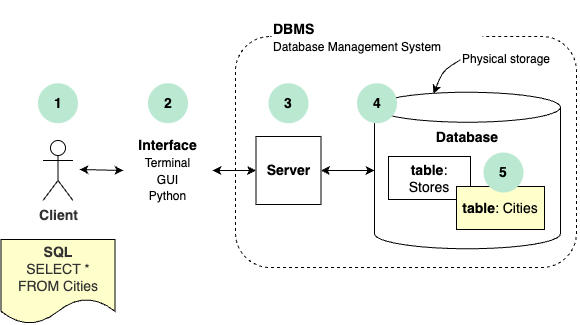
pyville-dotcom/datasets keeps this draw.io diagram as co1/sql-server-client.drawio.png. Above is the earlier version. Source tidied: cells renumbered, new cells last; positions are measured from the earlier drawing's top-left corner, leaving out a move shared by most shapes.
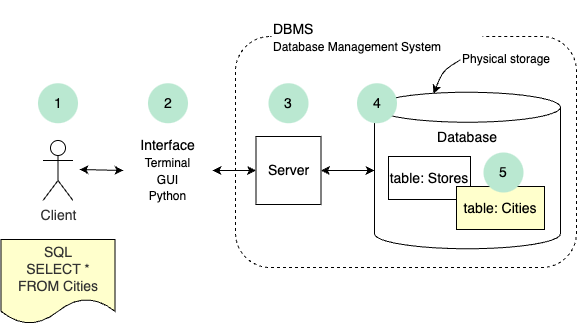
The same diagram one commit later.

Change to the diagram source:
```diff
@@ -5,33 +5,33 @@
     <mxCell id="2" style="rounded=1;whiteSpace=wrap;html=1;fillColor=none;dashed=1;fontStyle=0;fontSize=14;" parent="1" vertex="1">
       <mxGeometry x="234" y="36" width="341" height="231" as="geometry" />
     </mxCell>
-    <mxCell id="3" value="&lt;b style=&quot;font-size: 14px;&quot;&gt;DBMS&lt;/b&gt;&lt;br style=&quot;font-size: 14px;&quot;&gt;&lt;font style=&quot;font-size: 12px;&quot;&gt;Database Management System&lt;/font&gt;" style="text;html=1;strokeColor=none;fillColor=default;align=left;verticalAlign=middle;whiteSpace=wrap;rounded=0;dashed=1;fontSize=14;" parent="1" vertex="1">
+    <mxCell id="3" value="&lt;span style=&quot;font-size: 14px;&quot;&gt;DBMS&lt;/span&gt;&lt;br style=&quot;font-size: 14px;&quot;&gt;&lt;font style=&quot;font-size: 12px;&quot;&gt;Database Management System&lt;/font&gt;" style="text;html=1;strokeColor=none;fillColor=default;align=left;verticalAlign=middle;whiteSpace=wrap;rounded=0;dashed=1;fontSize=14;fontStyle=0;" parent="1" vertex="1">
       <mxGeometry x="270" width="211" height="74" as="geometry" />
     </mxCell>
-    <mxCell id="4" value="Physical storage" style="text;html=1;strokeColor=none;fillColor=none;align=left;verticalAlign=middle;whiteSpace=wrap;rounded=0;dashed=1;fontSize=12;" parent="1" vertex="1">
+    <mxCell id="4" value="Physical storage" style="text;html=1;strokeColor=none;fillColor=none;align=left;verticalAlign=middle;whiteSpace=wrap;rounded=0;dashed=1;fontSize=12;fontStyle=0;" parent="1" vertex="1">
       <mxGeometry x="459" y="40.7" width="119" height="37" as="geometry" />
     </mxCell>
-    <mxCell id="5" style="edgeStyle=none;html=1;startArrow=classic;startFill=1;fontSize=14;entryX=1;entryY=0.5;entryDx=0;entryDy=0;" parent="1" edge="1" source="7" target="9">
+    <mxCell id="5" style="edgeStyle=none;html=1;startArrow=classic;startFill=1;fontSize=14;entryX=1;entryY=0.5;entryDx=0;entryDy=0;fontStyle=0;" parent="1" edge="1" source="7" target="9">
       <mxGeometry relative="1" as="geometry" />
     </mxCell>
-    <mxCell id="6" style="edgeStyle=none;html=1;entryX=0;entryY=0.5;entryDx=0;entryDy=0;entryPerimeter=0;startArrow=classic;startFill=1;fontSize=14;" parent="1" edge="1" source="7" target="10">
+    <mxCell id="6" style="edgeStyle=none;html=1;entryX=0;entryY=0.5;entryDx=0;entryDy=0;entryPerimeter=0;startArrow=classic;startFill=1;fontSize=14;fontStyle=0;" parent="1" edge="1" source="7" target="10">
       <mxGeometry relative="1" as="geometry" />
     </mxCell>
-    <mxCell id="7" value="Server" style="rounded=0;whiteSpace=wrap;html=1;fillColor=none;fontStyle=1;fontSize=14;" parent="1" vertex="1">
+    <mxCell id="7" value="Server" style="rounded=0;whiteSpace=wrap;html=1;fillColor=none;fontStyle=0;fontSize=14;" parent="1" vertex="1">
       <mxGeometry x="254.5" y="136" width="65" height="68" as="geometry" />
     </mxCell>
-    <mxCell id="8" style="edgeStyle=none;html=1;startArrow=classic;startFill=1;fontSize=14;exitX=0;exitY=0.5;exitDx=0;exitDy=0;" parent="1" edge="1" source="9">
+    <mxCell id="8" style="edgeStyle=none;html=1;startArrow=classic;startFill=1;fontSize=14;exitX=0;exitY=0.5;exitDx=0;exitDy=0;fontStyle=0;" parent="1" edge="1" source="9">
       <mxGeometry relative="1" as="geometry">
         <mxPoint x="78" y="169" as="targetPoint" />
       </mxGeometry>
     </mxCell>
-    <mxCell id="9" value="&lt;b style=&quot;font-size: 14px;&quot;&gt;Interface&lt;/b&gt;&lt;br style=&quot;font-size: 14px;&quot;&gt;&lt;font style=&quot;font-size: 12px;&quot;&gt;Terminal&lt;br style=&quot;&quot;&gt;GUI&lt;br style=&quot;&quot;&gt;Python&lt;/font&gt;" style="text;html=1;strokeColor=none;fillColor=none;align=center;verticalAlign=middle;whiteSpace=wrap;rounded=0;fontSize=14;" parent="1" vertex="1">
+    <mxCell id="9" value="&lt;span style=&quot;font-size: 14px;&quot;&gt;Interface&lt;/span&gt;&lt;br style=&quot;font-size: 14px;&quot;&gt;&lt;font style=&quot;font-size: 12px;&quot;&gt;Terminal&lt;br style=&quot;&quot;&gt;GUI&lt;br style=&quot;&quot;&gt;Python&lt;/font&gt;" style="text;html=1;strokeColor=none;fillColor=none;align=center;verticalAlign=middle;whiteSpace=wrap;rounded=0;fontSize=14;fontStyle=0;" parent="1" vertex="1">
       <mxGeometry x="122" y="102.5" width="89" height="135" as="geometry" />
     </mxCell>
-    <mxCell id="10" value="&lt;span style=&quot;font-size: 14px;&quot;&gt;&lt;b style=&quot;font-size: 14px;&quot;&gt;Database&lt;/b&gt;&lt;/span&gt;" style="shape=cylinder3;whiteSpace=wrap;html=1;boundedLbl=1;backgroundOutline=1;size=15;verticalAlign=top;fontStyle=0;fontSize=14;" parent="1" vertex="1">
+    <mxCell id="10" value="&lt;span style=&quot;font-size: 14px;&quot;&gt;&lt;span style=&quot;font-size: 14px;&quot;&gt;Database&lt;/span&gt;&lt;/span&gt;" style="shape=cylinder3;whiteSpace=wrap;html=1;boundedLbl=1;backgroundOutline=1;size=15;verticalAlign=top;fontStyle=0;fontSize=14;" parent="1" vertex="1">
       <mxGeometry x="373" y="91.7" width="186" height="156.5" as="geometry" />
     </mxCell>
-    <mxCell id="11" style="endArrow=classic;html=1;exitX=0;exitY=0.5;exitDx=0;exitDy=0;entryX=0.25;entryY=0;entryDx=0;entryDy=0;fontSize=14;" parent="1" edge="1" source="4">
+    <mxCell id="11" style="endArrow=classic;html=1;exitX=0;exitY=0.5;exitDx=0;exitDy=0;entryX=0.25;entryY=0;entryDx=0;entryDy=0;fontSize=14;fontStyle=0;" parent="1" edge="1" source="4">
       <mxGeometry relative="1" as="geometry">
         <mxPoint x="432" y="93.1" as="targetPoint" />
         <Array as="points">
@@ -39,31 +39,31 @@
         </Array>
       </mxGeometry>
     </mxCell>
-    <mxCell id="12" value="&lt;b style=&quot;font-size: 14px;&quot;&gt;table&lt;/b&gt;: Stores" style="rounded=0;whiteSpace=wrap;html=1;fillColor=default;fontStyle=0;fontSize=14;" parent="1" vertex="1">
+    <mxCell id="12" value="&lt;span style=&quot;font-size: 14px;&quot;&gt;table&lt;/span&gt;: Stores" style="rounded=0;whiteSpace=wrap;html=1;fillColor=default;fontStyle=0;fontSize=14;" parent="1" vertex="1">
       <mxGeometry x="387" y="156" width="82" height="43" as="geometry" />
     </mxCell>
-    <mxCell id="13" value="&lt;b style=&quot;font-size: 14px;&quot;&gt;table&lt;/b&gt;: Cities" style="rounded=0;whiteSpace=wrap;html=1;fillColor=#FFFFCC;fontStyle=0;fontSize=14;" parent="1" vertex="1">
+    <mxCell id="13" value="&lt;span style=&quot;font-size: 14px;&quot;&gt;table&lt;/span&gt;: Cities" style="rounded=0;whiteSpace=wrap;html=1;fillColor=#FFFFCC;fontStyle=0;fontSize=14;" parent="1" vertex="1">
       <mxGeometry x="455" y="186" width="88" height="43" as="geometry" />
     </mxCell>
-    <mxCell id="14" value="1" style="ellipse;whiteSpace=wrap;html=1;strokeColor=none;fillColor=#BAE8D1;fontStyle=1;fontSize=14;" parent="1" vertex="1">
+    <mxCell id="14" value="1" style="ellipse;whiteSpace=wrap;html=1;strokeColor=none;fillColor=#BAE8D1;fontStyle=0;fontSize=14;" parent="1" vertex="1">
       <mxGeometry x="36.5" y="82.7" width="40" height="40" as="geometry" />
     </mxCell>
-    <mxCell id="15" value="2" style="ellipse;whiteSpace=wrap;html=1;strokeColor=none;fillColor=#BAE8D1;fontStyle=1;fontSize=14;" parent="1" vertex="1">
+    <mxCell id="15" value="2" style="ellipse;whiteSpace=wrap;html=1;strokeColor=none;fillColor=#BAE8D1;fontStyle=0;fontSize=14;" parent="1" vertex="1">
       <mxGeometry x="146.5" y="82.7" width="40" height="40" as="geometry" />
     </mxCell>
-    <mxCell id="16" value="3" style="ellipse;whiteSpace=wrap;html=1;strokeColor=none;fillColor=#BAE8D1;fontStyle=1;fontSize=14;" parent="1" vertex="1">
+    <mxCell id="16" value="3" style="ellipse;whiteSpace=wrap;html=1;strokeColor=none;fillColor=#BAE8D1;fontStyle=0;fontSize=14;" parent="1" vertex="1">
       <mxGeometry x="267" y="82.7" width="40" height="40" as="geometry" />
     </mxCell>
-    <mxCell id="17" value="4" style="ellipse;whiteSpace=wrap;html=1;strokeColor=none;fillColor=#BAE8D1;fontStyle=1;fontSize=14;" parent="1" vertex="1">
+    <mxCell id="17" value="4" style="ellipse;whiteSpace=wrap;html=1;strokeColor=none;fillColor=#BAE8D1;fontStyle=0;fontSize=14;" parent="1" vertex="1">
       <mxGeometry x="355.5" y="82.7" width="40" height="40" as="geometry" />
     </mxCell>
-    <mxCell id="18" value="5" style="ellipse;whiteSpace=wrap;html=1;strokeColor=none;fillColor=#BAE8D1;fontStyle=1;fontSize=14;" parent="1" vertex="1">
+    <mxCell id="18" value="5" style="ellipse;whiteSpace=wrap;html=1;strokeColor=none;fillColor=#BAE8D1;fontStyle=0;fontSize=14;" parent="1" vertex="1">
       <mxGeometry x="482" y="152" width="40" height="40" as="geometry" />
     </mxCell>
-    <mxCell id="19" value="&lt;b style=&quot;font-size: 14px;&quot;&gt;SQL&lt;/b&gt;&lt;br style=&quot;font-size: 14px;&quot;&gt;SELECT * &lt;br style=&quot;font-size: 14px;&quot;&gt;FROM Cities" style="shape=document;whiteSpace=wrap;html=1;boundedLbl=1;fontColor=#333333;fillColor=#FFFFCC;fontSize=14;" parent="1" vertex="1">
+    <mxCell id="19" value="&lt;span style=&quot;font-size: 14px;&quot;&gt;SQL&lt;/span&gt;&lt;br style=&quot;font-size: 14px;&quot;&gt;SELECT * &lt;br style=&quot;font-size: 14px;&quot;&gt;FROM Cities" style="shape=document;whiteSpace=wrap;html=1;boundedLbl=1;fontColor=#333333;fillColor=#FFFFCC;fontSize=14;fontStyle=0;" parent="1" vertex="1">
       <mxGeometry x="-0.5" y="239" width="114" height="84.5" as="geometry" />
     </mxCell>
-    <mxCell id="20" value="&lt;b style=&quot;font-size: 14px;&quot;&gt;Client&lt;/b&gt;" style="shape=umlActor;verticalLabelPosition=bottom;verticalAlign=top;html=1;fontColor=#333333;fillColor=none;fontSize=14;" parent="1" vertex="1">
+    <mxCell id="20" value="&lt;span style=&quot;font-size: 14px;&quot;&gt;Client&lt;/span&gt;" style="shape=umlActor;verticalLabelPosition=bottom;verticalAlign=top;html=1;fontColor=#333333;fillColor=none;fontSize=14;fontStyle=0;" parent="1" vertex="1">
       <mxGeometry x="41.5" y="140" width="30" height="60" as="geometry" />
     </mxCell>
   </root>
```
